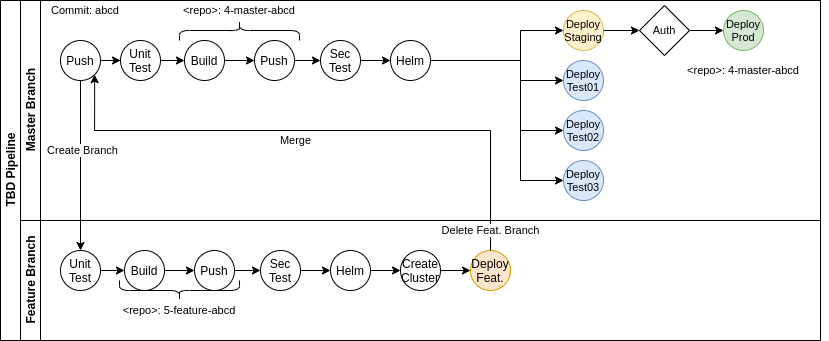
Before: tbd-process-v1.png, a diagram exported from draw.io (alexismaior/diagrams). Source tidied: cells renumbered, new cells last; positions are measured from the earlier drawing's top-left corner, leaving out a move shared by most shapes.
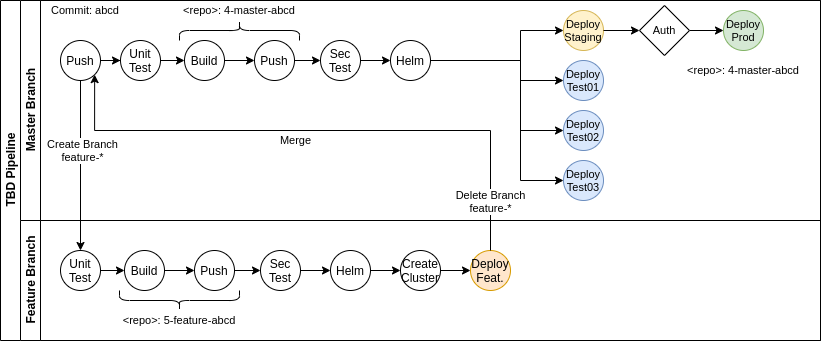
The same file after the commit.

Change to the diagram source:
```diff
@@ -145,10 +145,13 @@
     <mxCell id="42" style="edgeStyle=orthogonalEdgeStyle;rounded=0;jettySize=auto;html=1;fontSize=11;" parent="29" edge="1" source="31" target="30">
       <mxGeometry relative="1" as="geometry" />
     </mxCell>
+    <mxCell id="52" value="&amp;lt;repo&amp;gt;: 5-feature-abcd" style="text;html=1;strokeColor=none;fillColor=none;align=center;verticalAlign=middle;whiteSpace=wrap;rounded=0;fontSize=11;" parent="29" vertex="1">
+      <mxGeometry x="94" y="90" width="130" height="20" as="geometry" />
+    </mxCell>
     <mxCell id="43" style="edgeStyle=orthogonalEdgeStyle;rounded=0;jettySize=auto;html=1;exitX=0.5;exitY=1;exitDx=0;exitDy=0;entryX=0.5;entryY=0;entryDx=0;entryDy=0;fontSize=11;" parent="2" edge="1" source="7" target="32">
       <mxGeometry relative="1" as="geometry" />
     </mxCell>
-    <mxCell id="44" value="Create Branch" style="edgeLabel;html=1;align=center;verticalAlign=middle;fontSize=11;" parent="43" vertex="1">
+    <mxCell id="44" value="Create Branch&lt;br&gt;feature-*" style="edgeLabel;html=1;align=center;verticalAlign=middle;fontSize=11;" parent="43" vertex="1">
       <mxGeometry x="-0.19" y="1" relative="1" as="geometry" />
     </mxCell>
     <mxCell id="45" style="edgeStyle=orthogonalEdgeStyle;rounded=0;jettySize=auto;html=1;exitX=0.5;exitY=0;exitDx=0;exitDy=0;entryX=1;entryY=1;entryDx=0;entryDy=0;fontSize=11;" parent="2" edge="1" source="30" target="7">
@@ -164,9 +167,9 @@
         <mxPoint x="-196" y="-71" as="offset" />
       </mxGeometry>
     </mxCell>
-    <mxCell id="47" value="Delete Feat. Branch" style="edgeLabel;html=1;align=center;verticalAlign=middle;fontSize=11;" parent="45" vertex="1">
+    <mxCell id="47" value="Delete Branch&lt;br&gt;feature-*" style="edgeLabel;html=1;align=center;verticalAlign=middle;fontSize=11;" parent="45" vertex="1">
       <mxGeometry x="-0.85" y="1" relative="1" as="geometry">
-        <mxPoint y="22" as="offset" />
+        <mxPoint y="-7" as="offset" />
       </mxGeometry>
     </mxCell>
     <mxCell id="48" style="edgeStyle=orthogonalEdgeStyle;rounded=0;jettySize=auto;html=1;exitX=1;exitY=0.5;exitDx=0;exitDy=0;fontSize=11;" parent="1" edge="1" source="49" target="5">
@@ -179,10 +182,7 @@
       <mxGeometry relative="1" as="geometry" />
     </mxCell>
     <mxCell id="51" style="shape=curlyBracket;whiteSpace=wrap;html=1;rounded=1;fillColor=#66B2FF;fontSize=11;rotation=-90;" parent="1" vertex="1">
-      <mxGeometry x="169" y="260" width="20" height="120" as="geometry" />
+      <mxGeometry x="169" y="270" width="20" height="120" as="geometry" />
     </mxCell>
-    <mxCell id="52" value="&amp;lt;repo&amp;gt;: 5-feature-abcd" style="text;html=1;strokeColor=none;fillColor=none;align=center;verticalAlign=middle;whiteSpace=wrap;rounded=0;fontSize=11;" parent="1" vertex="1">
-      <mxGeometry x="114" y="330" width="130" height="20" as="geometry" />
-    </mxCell>
   </root>
 </mxGraphModel>
```
